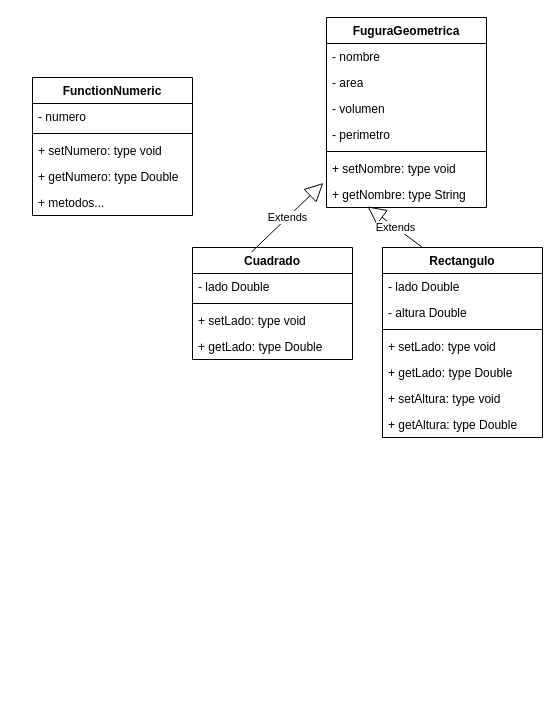
Before: 07-Sesion-13-08/UML.drawio in ServicioNacionalAprendizaje/ADSO-2694679, a draw.io diagram. Source tidied: cells renumbered, new cells numbered last; positions are measured from the earlier drawing's top-left corner, leaving out a move shared by most shapes. Both pictures are drawn from the tidied source at 100%, with x=0, y=0 at pixel (32, 17).
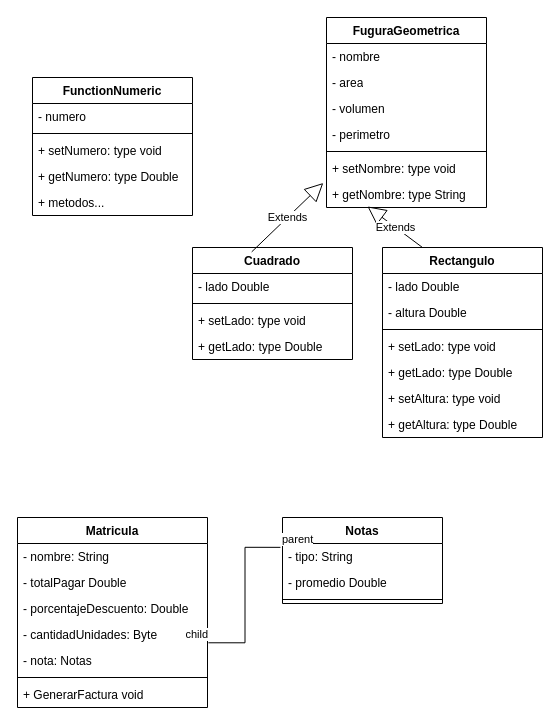
Above is the later version.

What changed in the source:
```diff
@@
+    <mxCell id="31" value="Notas" style="swimlane;fontStyle=1;align=center;verticalAlign=top;horizontal=1;startSize=26;whiteSpace=wrap;html=1;" parent="1" vertex="1">
+      <mxGeometry x="250" y="500" width="160" height="86" as="geometry" />
+    </mxCell>
+    <mxCell id="32" value="- tipo: String" style="text;strokeColor=none;fillColor=none;align=left;verticalAlign=top;spacingLeft=4;spacingRight=4;overflow=hidden;points=[[0,0.5],[1,0.5]];portConstraint=eastwest;whiteSpace=wrap;html=1;" parent="31" vertex="1">
+      <mxGeometry y="26" width="160" height="26" as="geometry" />
+    </mxCell>
+    <mxCell id="33" value="- promedio Double" style="text;strokeColor=none;fillColor=none;align=left;verticalAlign=top;spacingLeft=4;spacingRight=4;overflow=hidden;whiteSpace=wrap;html=1;" parent="31" vertex="1">
+      <mxGeometry y="52" width="160" height="26" as="geometry" />
+    </mxCell>
+    <mxCell id="34" style="line;strokeWidth=1;fillColor=none;align=left;verticalAlign=middle;spacingTop=-1;spacingLeft=3;spacingRight=3;labelPosition=right;strokeColor=inherit;" parent="31" vertex="1">
+      <mxGeometry y="78" width="160" height="8" as="geometry" />
+    </mxCell>
+    <mxCell id="35" value="Matricula" style="swimlane;fontStyle=1;align=center;verticalAlign=top;horizontal=1;startSize=26;whiteSpace=wrap;html=1;" parent="1" vertex="1">
+      <mxGeometry x="-15" y="500" width="190" height="190" as="geometry" />
+    </mxCell>
+    <mxCell id="36" value="- nombre: String" style="text;strokeColor=none;fillColor=none;align=left;verticalAlign=top;spacingLeft=4;spacingRight=4;overflow=hidden;whiteSpace=wrap;html=1;" parent="35" vertex="1">
+      <mxGeometry y="26" width="190" height="26" as="geometry" />
+    </mxCell>
+    <mxCell id="37" value="- totalPagar Double" style="text;strokeColor=none;fillColor=none;align=left;verticalAlign=top;spacingLeft=4;spacingRight=4;overflow=hidden;whiteSpace=wrap;html=1;" parent="35" vertex="1">
+      <mxGeometry y="52" width="190" height="26" as="geometry" />
+    </mxCell>
+    <mxCell id="38" value="- porcentajeDescuento: Double" style="text;strokeColor=none;fillColor=none;align=left;verticalAlign=top;spacingLeft=4;spacingRight=4;overflow=hidden;whiteSpace=wrap;html=1;" parent="35" vertex="1">
+      <mxGeometry y="78" width="190" height="26" as="geometry" />
+    </mxCell>
+    <mxCell id="39" value="- cantidadUnidades: Byte" style="text;strokeColor=none;fillColor=none;align=left;verticalAlign=top;spacingLeft=4;spacingRight=4;overflow=hidden;points=[[0,0.5],[1,0.5]];portConstraint=eastwest;whiteSpace=wrap;html=1;" parent="35" vertex="1">
+      <mxGeometry y="104" width="190" height="26" as="geometry" />
+    </mxCell>
+    <mxCell id="40" value="- nota: Notas" style="text;strokeColor=none;fillColor=none;align=left;verticalAlign=top;spacingLeft=4;spacingRight=4;overflow=hidden;whiteSpace=wrap;html=1;" parent="35" vertex="1">
+      <mxGeometry y="130" width="190" height="26" as="geometry" />
+    </mxCell>
+    <mxCell id="41" style="line;strokeWidth=1;fillColor=none;align=left;verticalAlign=middle;spacingTop=-1;spacingLeft=3;spacingRight=3;labelPosition=right;strokeColor=inherit;" parent="35" vertex="1">
+      <mxGeometry y="156" width="190" height="8" as="geometry" />
+    </mxCell>
+    <mxCell id="42" value="+ GenerarFactura void" style="text;strokeColor=none;fillColor=none;align=left;verticalAlign=top;spacingLeft=4;spacingRight=4;overflow=hidden;whiteSpace=wrap;html=1;" parent="35" vertex="1">
+      <mxGeometry y="164" width="190" height="26" as="geometry" />
+    </mxCell>
+    <mxCell id="43" style="endArrow=none;html=1;edgeStyle=orthogonalEdgeStyle;rounded=0;exitX=-0.013;exitY=0.148;exitDx=0;exitDy=0;exitPerimeter=0;entryX=1.005;entryY=0.819;entryDx=0;entryDy=0;entryPerimeter=0;" parent="1" edge="1" source="32" target="39">
+      <mxGeometry relative="1" as="geometry" />
+    </mxCell>
+    <mxCell id="44" value="parent" style="edgeLabel;html=1;align=left;verticalAlign=bottom;" parent="43" vertex="1">
+      <mxGeometry x="-1" relative="1" as="geometry" />
+    </mxCell>
+    <mxCell id="45" value="child" style="edgeLabel;html=1;align=right;verticalAlign=bottom;" parent="43" vertex="1">
+      <mxGeometry x="1" relative="1" as="geometry" />
+    </mxCell>
```
